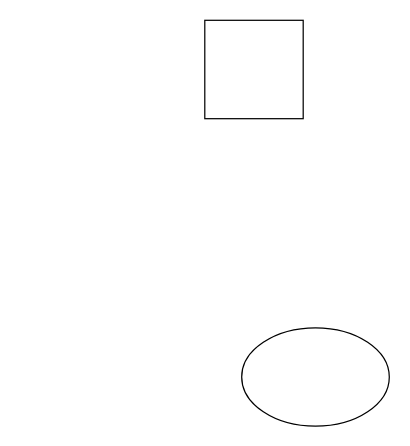
isundae/draw keeps this draw.io diagram as Untitled Diagram.drawio. Above is the earlier version. Source tidied: cells renumbered, new cells numbered last; positions are measured from the earlier drawing's top-left corner, leaving out a move shared by most shapes. Both pictures are drawn from the tidied source at 123%, with x=0, y=0 at pixel (204, 20).
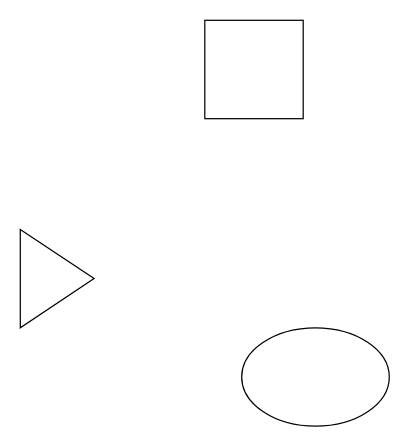
Above is the later version.

Change to the diagram source:
```diff
@@
 <mxGraphModel>
   <root>
     <mxCell id="0" />
     <mxCell id="1" parent="0" />
     <mxCell id="2" style="ellipse;whiteSpace=wrap;html=1;" parent="1" vertex="1">
       <mxGeometry x="30" y="250" width="120" height="80" as="geometry" />
     </mxCell>
     <mxCell id="3" style="whiteSpace=wrap;html=1;" parent="1" vertex="1">
       <mxGeometry width="80" height="80" as="geometry" />
     </mxCell>
+    <mxCell id="4" style="triangle;whiteSpace=wrap;html=1;" parent="1" vertex="1">
+      <mxGeometry x="-150" y="170" width="60" height="80" as="geometry" />
+    </mxCell>
   </root>
 </mxGraphModel>
```
